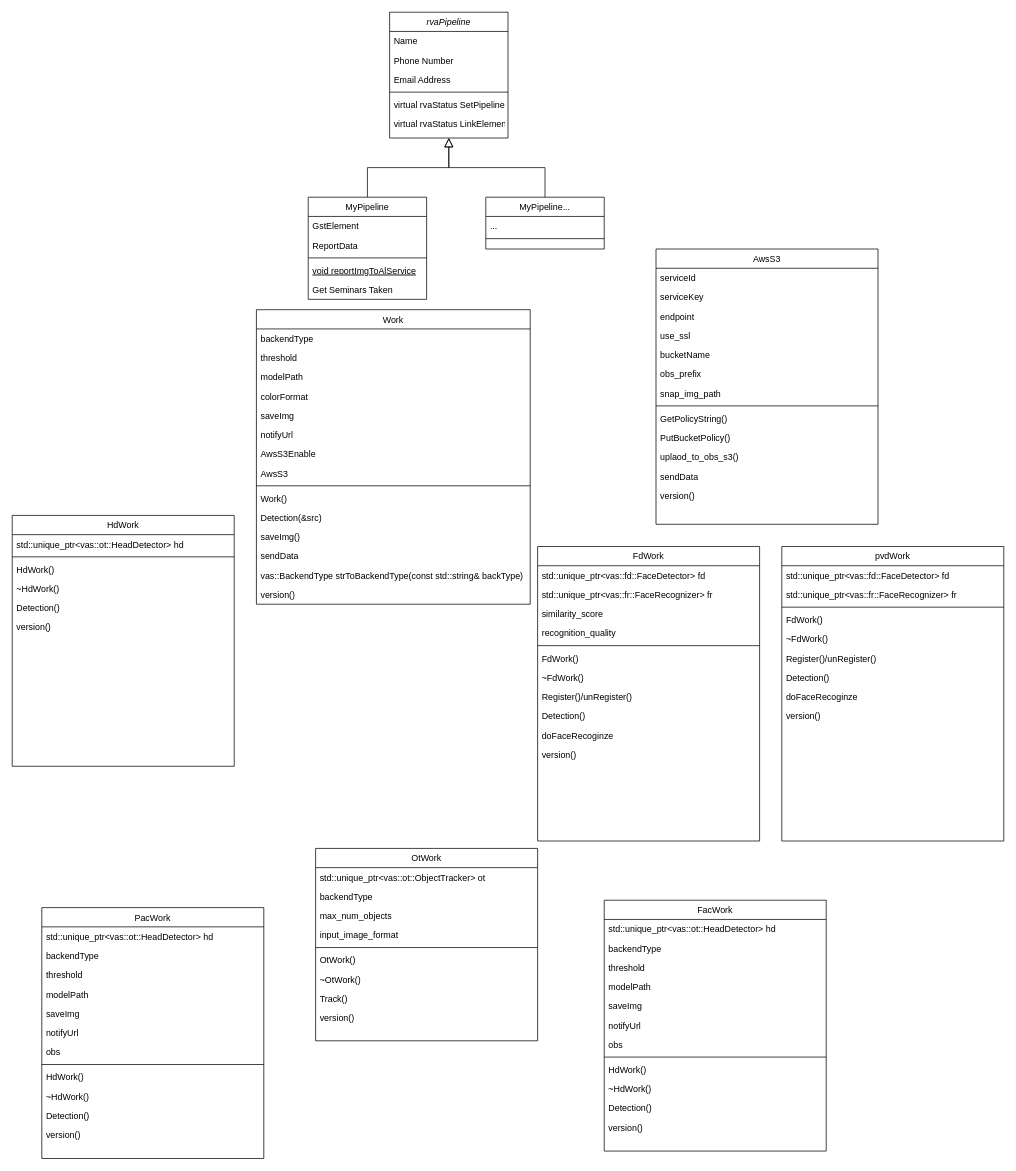
Earlier version of the draw.io diagram owt5.0-vas-plugin.drawio (WOM89757/diagrams). Source tidied: cells renumbered, new cells numbered last; positions are measured from the earlier drawing's top-left corner, leaving out a move shared by most shapes. Both pictures are drawn from the tidied source at 74%, with x=0, y=0 at pixel (12, 12).
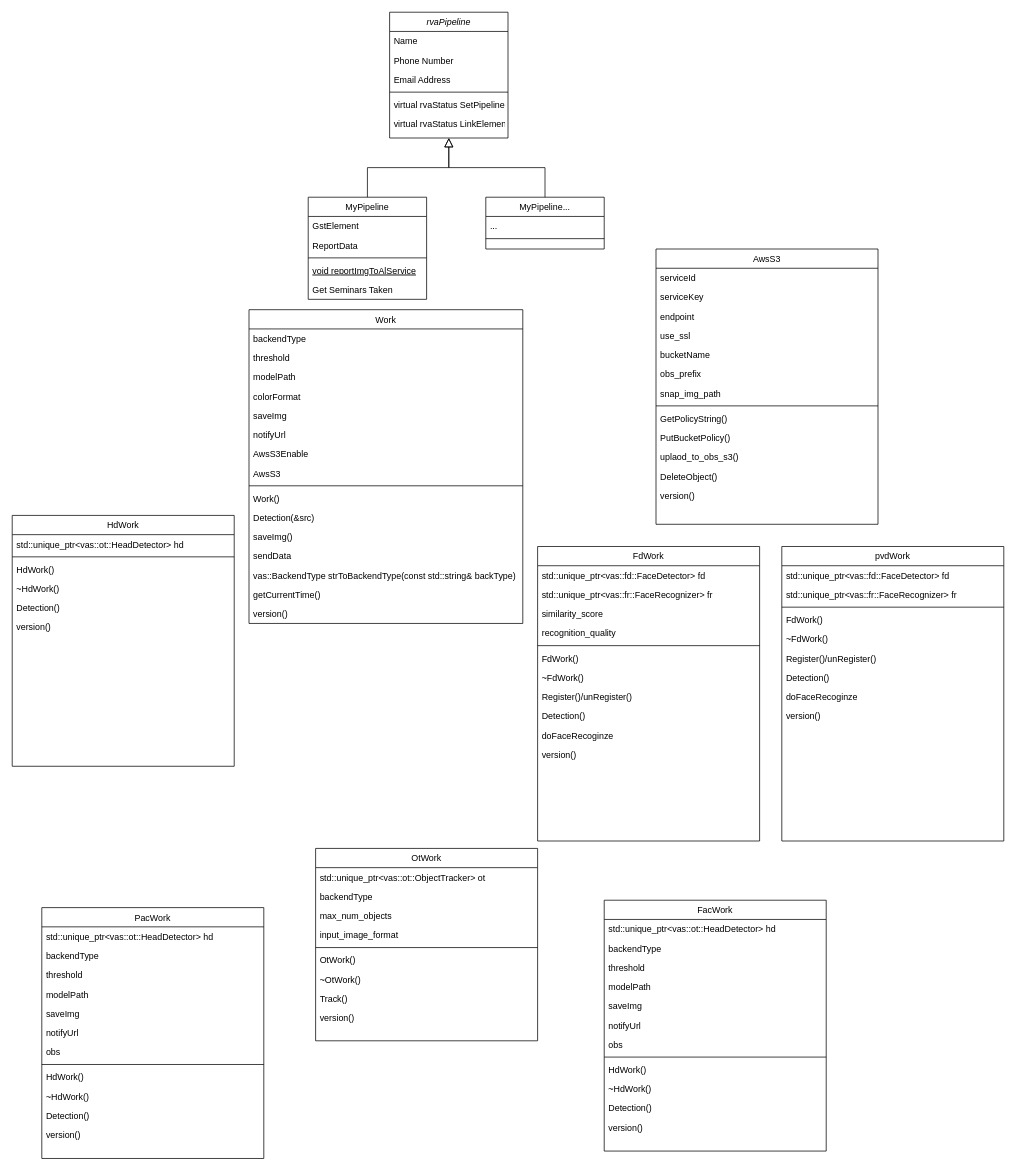
The same page after the edit.

The change refers to these unchanged cells:
```xml
<mxCell id="101" value="AwsS3" style="swimlane;fontStyle=0;align=center;verticalAlign=top;horizontal=1;startSize=26;rounded=0;shadow=0;strokeWidth=1;" parent="1" vertex="1">
  <mxGeometry x="870" y="320" width="300" height="372" as="geometry" />
</mxCell>
```

Diff of the diagram source:
```diff
@@
     <mxCell id="75" value="Work" style="swimlane;fontStyle=0;align=center;verticalAlign=top;horizontal=1;startSize=26;rounded=0;shadow=0;strokeWidth=1;" parent="1" vertex="1">
-      <mxGeometry x="330" y="402" width="370" height="398" as="geometry" />
+      <mxGeometry x="320" y="402" width="370" height="424" as="geometry" />
     </mxCell>
@@
+    <mxCell id="115" value="getCurrentTime()" style="text;align=left;verticalAlign=top;spacingLeft=4;spacingRight=4;overflow=hidden;" parent="75" vertex="1">
+      <mxGeometry y="372" width="370" height="26" as="geometry" />
+    </mxCell>
     <mxCell id="90" value="version()" style="text;align=left;verticalAlign=top;spacingLeft=4;spacingRight=4;overflow=hidden;" parent="75" vertex="1">
-      <mxGeometry y="372" width="370" height="26" as="geometry" />
+      <mxGeometry y="398" width="370" height="26" as="geometry" />
     </mxCell>
@@
-    <mxCell id="113" value="sendData" style="text;align=left;verticalAlign=top;spacingLeft=4;spacingRight=4;overflow=hidden;" parent="101" vertex="1">
+    <mxCell id="113" value="DeleteObject()" style="text;align=left;verticalAlign=top;spacingLeft=4;spacingRight=4;overflow=hidden;" parent="101" vertex="1">
       <mxGeometry y="294" width="300" height="26" as="geometry" />
     </mxCell>
```
